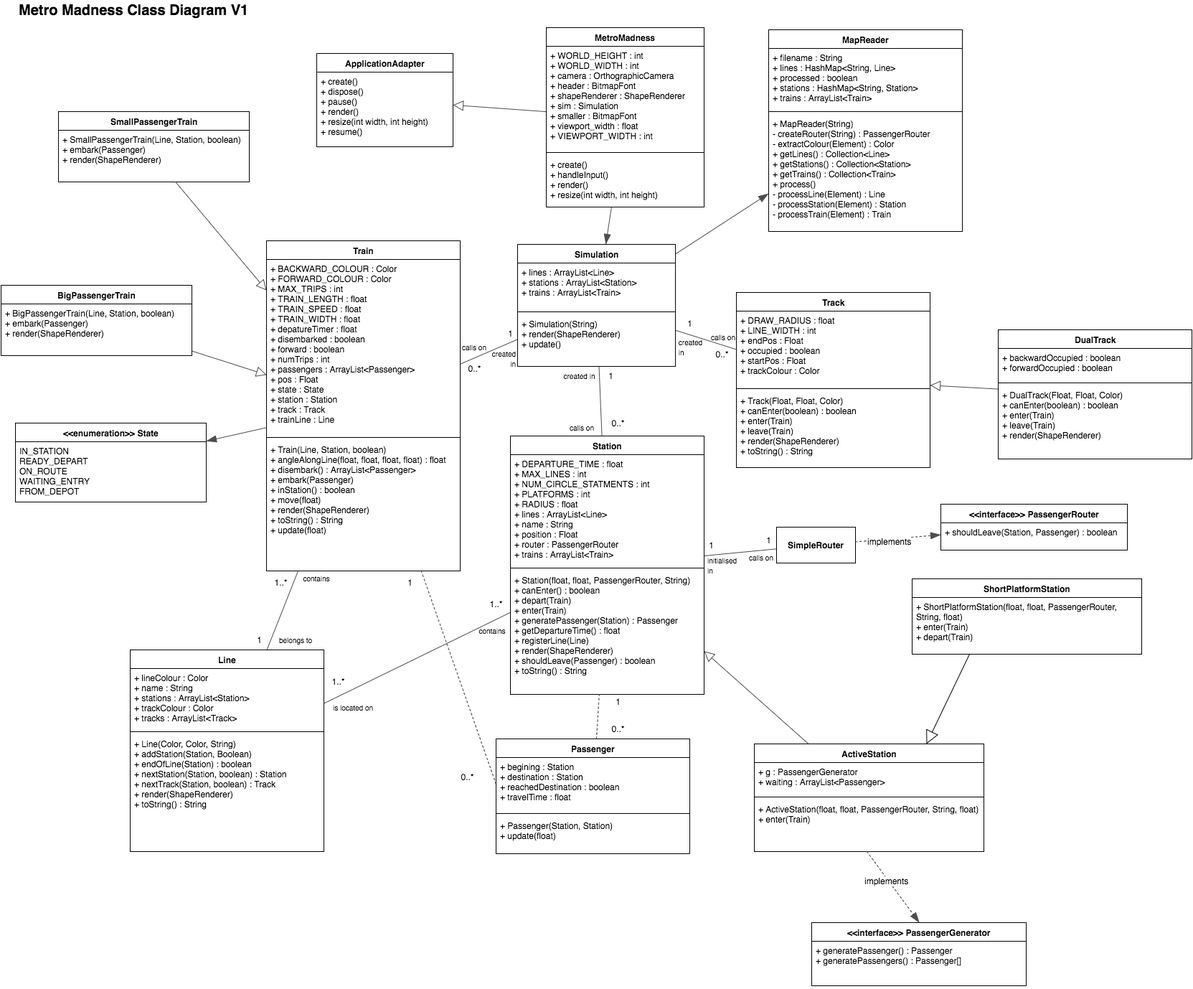
Above: diagrams/Metro Madness Class Diagram.png in DanMoriarty/SWEN30006-ProjectB (draw.io), before the change. Source tidied: cells renumbered, new cells last; positions are measured from the earlier drawing's top-left corner, leaving out a move shared by most shapes.
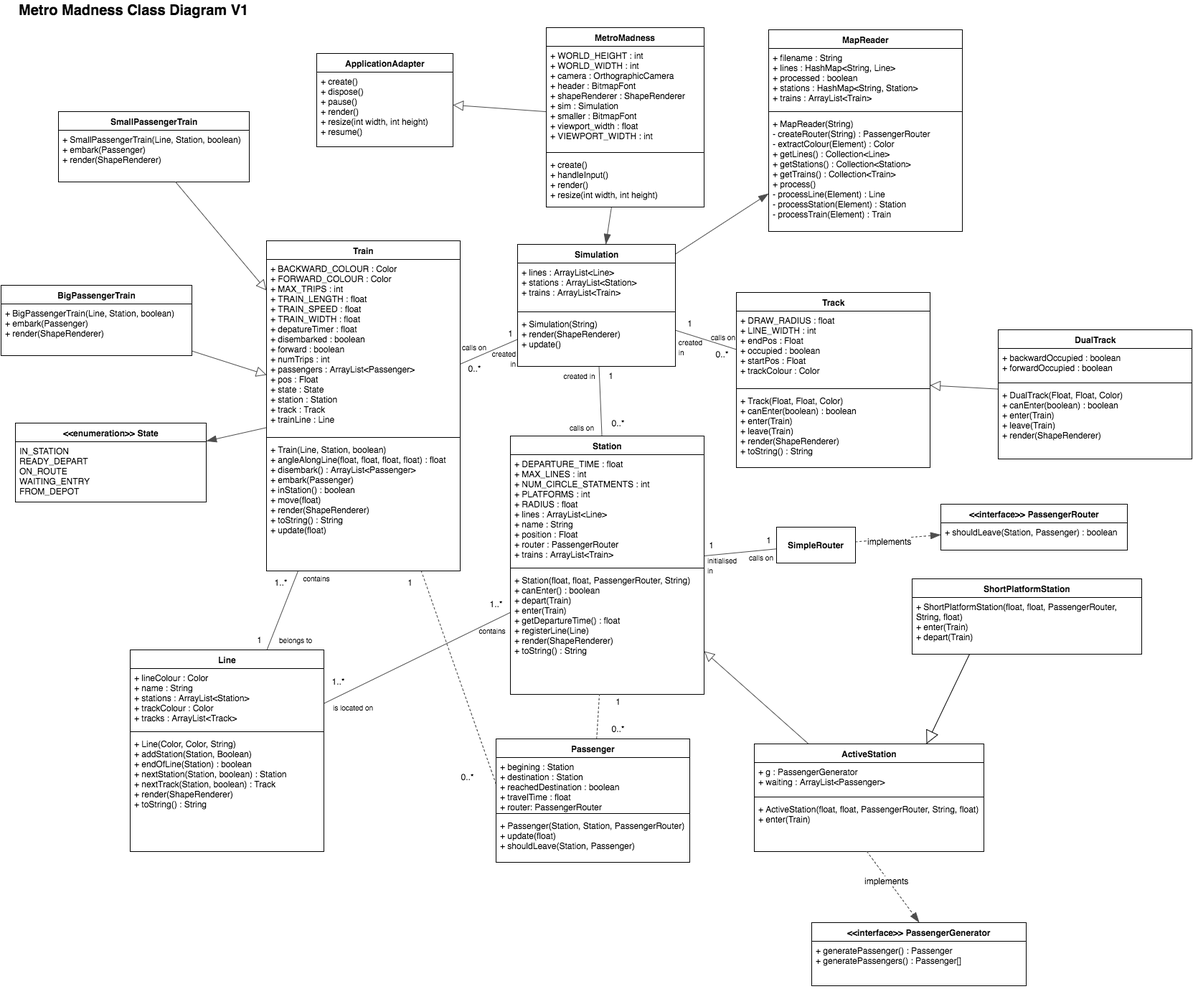
Above is the later version.

Commit message:
updated class diagrams based on daewin's changes

Change to the diagram source:
```diff
@@ -68,7 +68,7 @@
     <mxCell id="23" style="line;html=1;strokeWidth=1;fillColor=none;align=left;verticalAlign=middle;spacingTop=-1;spacingLeft=3;spacingRight=3;labelPosition=right;" parent="21" vertex="1">
       <mxGeometry y="180" width="270" height="8" as="geometry" />
     </mxCell>
-    <mxCell id="24" value="&lt;div&gt;+ Station(float, float, PassengerRouter, String)&lt;/div&gt;&lt;div&gt;+ canEnter() : boolean&lt;/div&gt;&lt;div&gt;+ depart(Train)&lt;/div&gt;&lt;div&gt;+ enter(Train)&lt;/div&gt;&lt;div&gt;+ generatePassenger(Station) : Passenger&lt;/div&gt;&lt;div&gt;+ getDepartureTime() : float&lt;/div&gt;&lt;div&gt;+ registerLine(Line)&lt;/div&gt;&lt;div&gt;+ render(ShapeRenderer)&lt;/div&gt;&lt;div&gt;+ shouldLeave(Passenger) : boolean&lt;/div&gt;&lt;div&gt;+ toString() : String&lt;/div&gt;" style="text;html=1;strokeColor=none;fillColor=none;align=left;verticalAlign=top;spacingLeft=4;spacingRight=4;whiteSpace=wrap;overflow=hidden;" parent="21" vertex="1">
+    <mxCell id="24" value="&lt;div&gt;+ Station(float, float, PassengerRouter, String)&lt;/div&gt;&lt;div&gt;+ canEnter() : boolean&lt;/div&gt;&lt;div&gt;+ depart(Train)&lt;/div&gt;&lt;div&gt;+ enter(Train)&lt;/div&gt;&lt;div&gt;+ getDepartureTime() : float&lt;/div&gt;&lt;div&gt;+ registerLine(Line)&lt;/div&gt;&lt;div&gt;+ render(ShapeRenderer)&lt;/div&gt;&lt;div&gt;+ toString() : String&lt;/div&gt;" style="text;html=1;strokeColor=none;fillColor=none;align=left;verticalAlign=top;spacingLeft=4;spacingRight=4;whiteSpace=wrap;overflow=hidden;" parent="21" vertex="1">
       <mxGeometry y="188" width="270" height="172" as="geometry" />
     </mxCell>
     <mxCell id="25" style="edgeStyle=none;curved=1;html=1;startArrow=none;startFill=0;startSize=12;endArrow=block;endFill=0;endSize=12;jettySize=auto;strokeColor=#4D4D4D;" parent="1" edge="1" source="26" target="21">
@@ -152,16 +152,16 @@
       <mxGeometry relative="1" as="geometry" />
     </mxCell>
     <mxCell id="51" value="Passenger" style="swimlane;html=1;fontStyle=1;align=center;verticalAlign=top;horizontal=1;startSize=26;swimlaneFillColor=#ffffff;" parent="1" vertex="1">
-      <mxGeometry x="690" y="1028" width="270" height="160" as="geometry" />
+      <mxGeometry x="690" y="1028" width="270" height="172" as="geometry" />
     </mxCell>
-    <mxCell id="52" value="&lt;div&gt;+ begining : Station&lt;/div&gt;&lt;div&gt;+ destination : Station&lt;/div&gt;&lt;div&gt;+ reachedDestination : boolean&lt;/div&gt;&lt;div&gt;+ travelTime : float&lt;/div&gt;" style="text;html=1;strokeColor=none;fillColor=none;align=left;verticalAlign=top;spacingLeft=4;spacingRight=4;whiteSpace=wrap;overflow=hidden;points=[[0,0.5],[1,0.5]];portConstraint=eastwest;" parent="51" vertex="1">
+    <mxCell id="52" value="&lt;div&gt;+ begining : Station&lt;/div&gt;&lt;div&gt;+ destination : Station&lt;/div&gt;&lt;div&gt;+ reachedDestination : boolean&lt;/div&gt;&lt;div&gt;+ travelTime : float&lt;/div&gt;&lt;div&gt;+ router: PassengerRouter&lt;/div&gt;" style="text;html=1;strokeColor=none;fillColor=none;align=left;verticalAlign=top;spacingLeft=4;spacingRight=4;whiteSpace=wrap;overflow=hidden;points=[[0,0.5],[1,0.5]];portConstraint=eastwest;" parent="51" vertex="1">
       <mxGeometry y="26" width="270" height="74" as="geometry" />
     </mxCell>
     <mxCell id="53" style="line;html=1;strokeWidth=1;fillColor=none;align=left;verticalAlign=middle;spacingTop=-1;spacingLeft=3;spacingRight=3;labelPosition=right;" parent="51" vertex="1">
       <mxGeometry y="100" width="270" height="8" as="geometry" />
     </mxCell>
-    <mxCell id="54" value="&lt;div&gt;+ Passenger(Station, Station)&lt;/div&gt;&lt;div&gt;+ update(float)&lt;/div&gt;" style="text;html=1;strokeColor=none;fillColor=none;align=left;verticalAlign=top;spacingLeft=4;spacingRight=4;whiteSpace=wrap;overflow=hidden;" parent="51" vertex="1">
-      <mxGeometry y="108" width="270" height="42" as="geometry" />
+    <mxCell id="54" value="&lt;div&gt;+ Passenger(Station, Station, PassengerRouter)&lt;/div&gt;&lt;div&gt;+ update(float)&lt;/div&gt;&lt;div&gt;+ shouldLeave(Station, Passenger)&lt;/div&gt;&lt;div&gt;&lt;br&gt;&lt;/div&gt;" style="text;html=1;strokeColor=none;fillColor=none;align=left;verticalAlign=top;spacingLeft=4;spacingRight=4;whiteSpace=wrap;overflow=hidden;" parent="51" vertex="1">
+      <mxGeometry y="108" width="270" height="62" as="geometry" />
     </mxCell>
     <mxCell id="55" value="MapReader" style="swimlane;html=1;fontStyle=1;align=center;verticalAlign=top;horizontal=1;startSize=26;swimlaneFillColor=#ffffff;" parent="1" vertex="1">
       <mxGeometry x="1070" y="40" width="270" height="281" as="geometry" />
```
